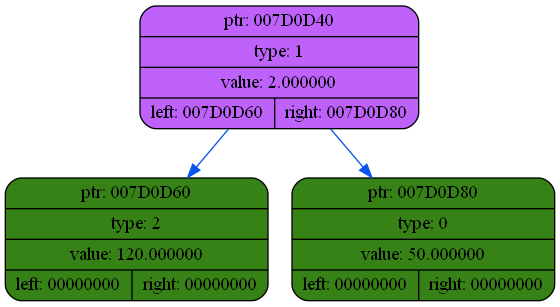
The Graphviz diagram dump/dump1.png in coffee8cat/differentiator, before a commit. Its source is kept beside it as dump/dump1.dot. Its diagram source:
```dot
digraph
{
    rankdir=TP

        node007D0D40[shape=record,style="rounded,filled",fillcolor="#BF62FC",label="{ ptr: 007D0D40 | type: 1 | value: 2.000000| { left: 007D0D60 | right: 007D0D80 }}"];
    node007D0D40 -> node007D0D60[color="#0855F0"]
    node007D0D60[shape=record,style="rounded,filled",fillcolor="#378217",label="{ ptr: 007D0D60 | type: 2 | value: 120.000000| { left: 00000000 | right: 00000000 }}"];
    node007D0D40 -> node007D0D80[color="#0855F0"]
    node007D0D80[shape=record,style="rounded,filled",fillcolor="#378217",label="{ ptr: 007D0D80 | type: 0 | value: 50.000000| { left: 00000000 | right: 00000000 }}"];
}
```
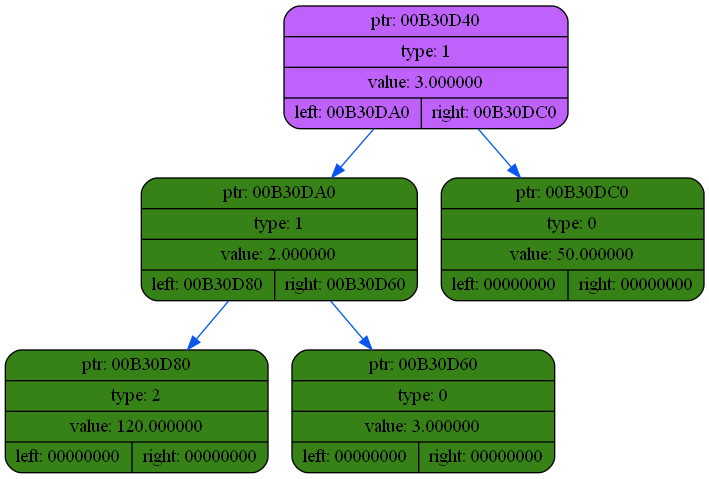
The same diagram one commit later.

The edit, as a diff of the source:
```diff
@@ -2,9 +2,13 @@
 {
     rankdir=TP
 
-        node007D0D40[shape=record,style="rounded,filled",fillcolor="#BF62FC",label="{ ptr: 007D0D40 | type: 1 | value: 2.000000| { left: 007D0D60 | right: 007D0D80 }}"];
-    node007D0D40 -> node007D0D60[color="#0855F0"]
-    node007D0D60[shape=record,style="rounded,filled",fillcolor="#378217",label="{ ptr: 007D0D60 | type: 2 | value: 120.000000| { left: 00000000 | right: 00000000 }}"];
-    node007D0D40 -> node007D0D80[color="#0855F0"]
-    node007D0D80[shape=record,style="rounded,filled",fillcolor="#378217",label="{ ptr: 007D0D80 | type: 0 | value: 50.000000| { left: 00000000 | right: 00000000 }}"];
+        node00B30D40[shape=record,style="rounded,filled",fillcolor="#BF62FC",label="{ ptr: 00B30D40 | type: 1 | value: 3.000000| { left: 00B30DA0 | right: 00B30DC0 }}"];
+    node00B30D40 -> node00B30DA0[color="#0855F0"]
+    node00B30DA0[shape=record,style="rounded,filled",fillcolor="#378217",label="{ ptr: 00B30DA0 | type: 1 | value: 2.000000| { left: 00B30D80 | right: 00B30D60 }}"];
+    node00B30DA0 -> node00B30D80[color="#0855F0"]
+    node00B30D80[shape=record,style="rounded,filled",fillcolor="#378217",label="{ ptr: 00B30D80 | type: 2 | value: 120.000000| { left: 00000000 | right: 00000000 }}"];
+    node00B30DA0 -> node00B30D60[color="#0855F0"]
+    node00B30D60[shape=record,style="rounded,filled",fillcolor="#378217",label="{ ptr: 00B30D60 | type: 0 | value: 3.000000| { left: 00000000 | right: 00000000 }}"];
+    node00B30D40 -> node00B30DC0[color="#0855F0"]
+    node00B30DC0[shape=record,style="rounded,filled",fillcolor="#378217",label="{ ptr: 00B30DC0 | type: 0 | value: 50.000000| { left: 00000000 | right: 00000000 }}"];
 }
```
